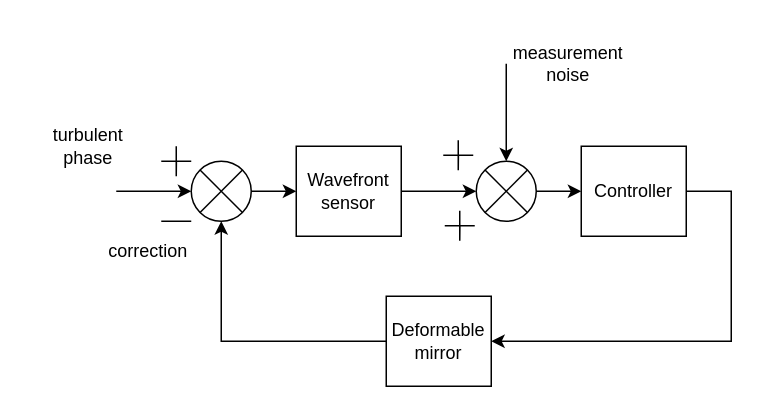
Earlier version of the draw.io diagram page "Page-1" (1 of 2) of control_scheme.drawio (Stribuzz/drawio_figs). Source tidied: cells renumbered, new cells numbered last; positions are measured from the earlier drawing's top-left corner, leaving out a move shared by most shapes. Both pictures are drawn from the tidied source at 150%, with x=0, y=0 at pixel (26, 26).
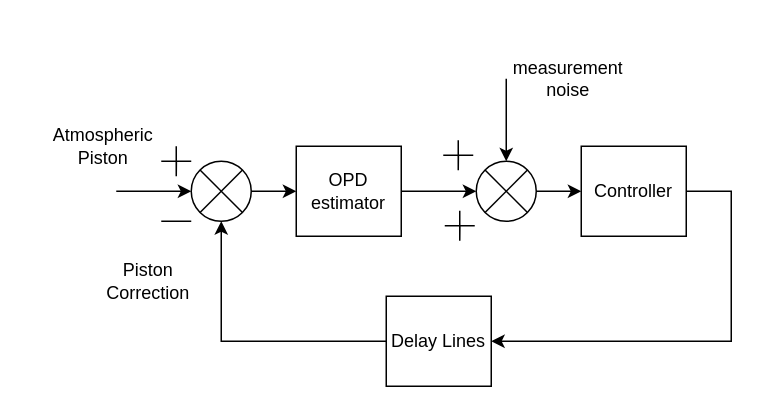
The same page after the edit.

Diff of the diagram source:
```diff
@@
-    <mxCell id="3" value="&lt;div&gt;Wavefront&lt;/div&gt;&lt;div&gt;sensor&lt;br&gt;&lt;/div&gt;" style="rounded=0;whiteSpace=wrap;html=1;" parent="1" vertex="1">
+    <mxCell id="3" value="&lt;div&gt;OPD&lt;/div&gt;&lt;div&gt;estimator&lt;br&gt;&lt;/div&gt;" style="rounded=0;whiteSpace=wrap;html=1;" parent="1" vertex="1">
       <mxGeometry x="180" y="80" width="70" height="60" as="geometry" />
     </mxCell>
@@
-    <mxCell id="12" value="&lt;div&gt;turbulent&lt;/div&gt;&lt;div&gt;phase&lt;/div&gt;" style="text;html=1;strokeColor=none;fillColor=none;align=center;verticalAlign=middle;whiteSpace=wrap;overflow=hidden;" parent="1" vertex="1">
-      <mxGeometry y="60" width="83" height="40" as="geometry" />
+    <mxCell id="12" value="&lt;div&gt;Atmospheric&lt;/div&gt;&lt;div&gt;Piston&lt;br&gt;&lt;/div&gt;" style="text;html=1;strokeColor=none;fillColor=none;align=center;verticalAlign=middle;whiteSpace=wrap;overflow=hidden;" parent="1" vertex="1">
+      <mxGeometry x="10" y="60" width="83" height="40" as="geometry" />
     </mxCell>
-    <mxCell id="13" value="correction" style="text;html=1;strokeColor=none;fillColor=none;align=center;verticalAlign=middle;whiteSpace=wrap;overflow=hidden;" parent="1" vertex="1">
-      <mxGeometry x="40" y="140" width="83" height="20" as="geometry" />
+    <mxCell id="13" value="Piston&lt;br&gt;&lt;div&gt;Correction&lt;/div&gt;" style="text;html=1;strokeColor=none;fillColor=none;align=center;verticalAlign=middle;whiteSpace=wrap;overflow=hidden;" parent="1" vertex="1">
+      <mxGeometry x="40" y="150" width="83" height="40" as="geometry" />
     </mxCell>
@@
     <mxCell id="22" value="&lt;div&gt;measurement&lt;/div&gt;&lt;div&gt;noise&lt;br&gt;&lt;/div&gt;" style="text;html=1;strokeColor=none;fillColor=none;align=center;verticalAlign=middle;whiteSpace=wrap;overflow=hidden;" parent="1" vertex="1">
-      <mxGeometry x="320" width="83" height="50" as="geometry" />
+      <mxGeometry x="320" y="10" width="83" height="50" as="geometry" />
     </mxCell>
@@
-    <mxCell id="24" value="&lt;div&gt;Deformable&lt;/div&gt;&lt;div&gt;mirror&lt;br&gt;&lt;/div&gt;" style="rounded=0;whiteSpace=wrap;html=1;" parent="1" vertex="1">
+    <mxCell id="24" value="Delay Lines" style="rounded=0;whiteSpace=wrap;html=1;" parent="1" vertex="1">
       <mxGeometry x="240" y="180" width="70" height="60" as="geometry" />
     </mxCell>
```
